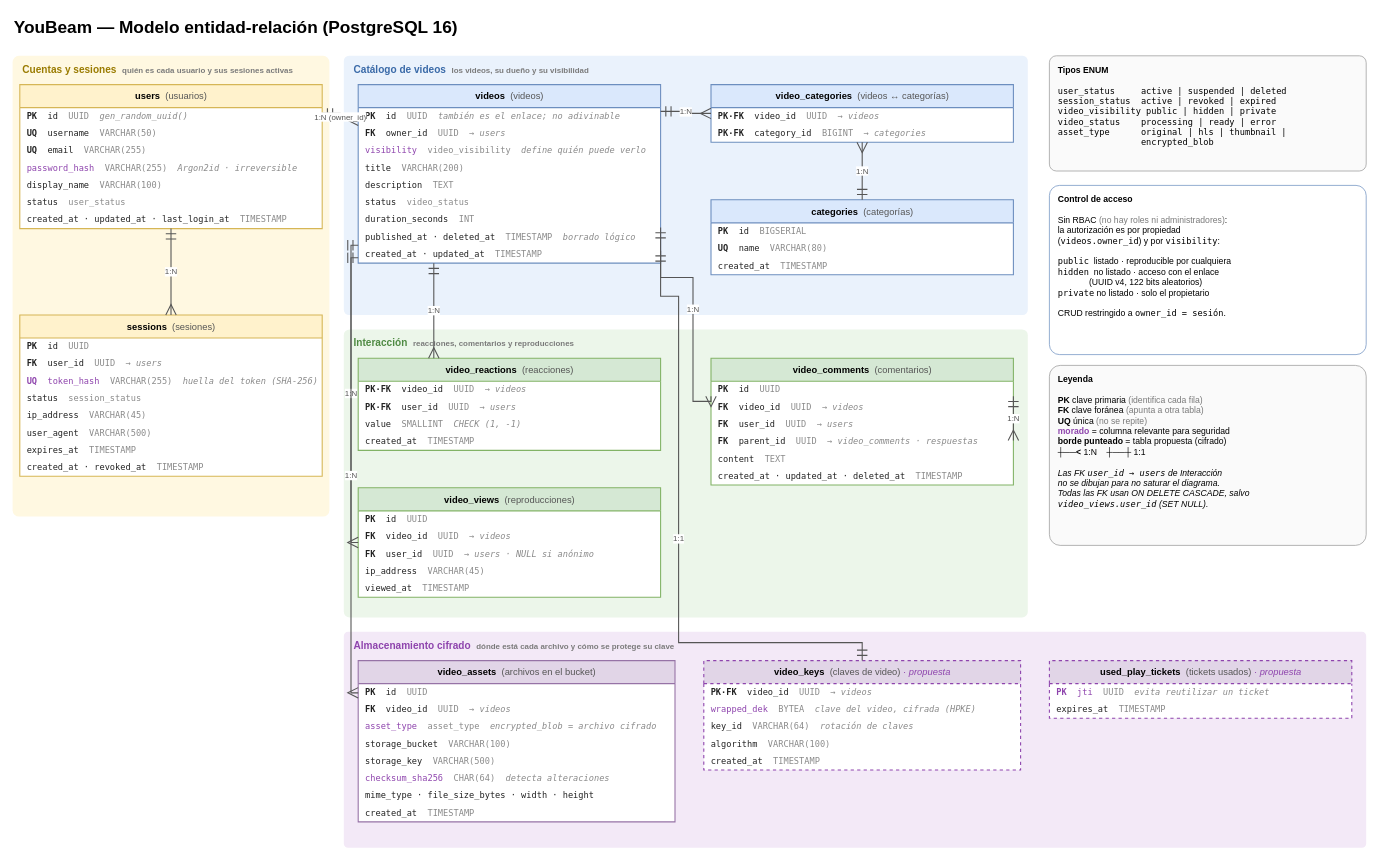
Above: page "Base de datos" (2 of 5) of docs/diagrams/structural diagram video platform.drawio in nullcipher-sec/Youbeam (draw.io), before the change. Source tidied: cells renumbered, new cells numbered last; positions are measured from the earlier drawing's top-left corner, leaving out a move shared by most shapes. Both pictures are drawn from the tidied source at 72%, with x=0, y=0 at pixel (12, 12).
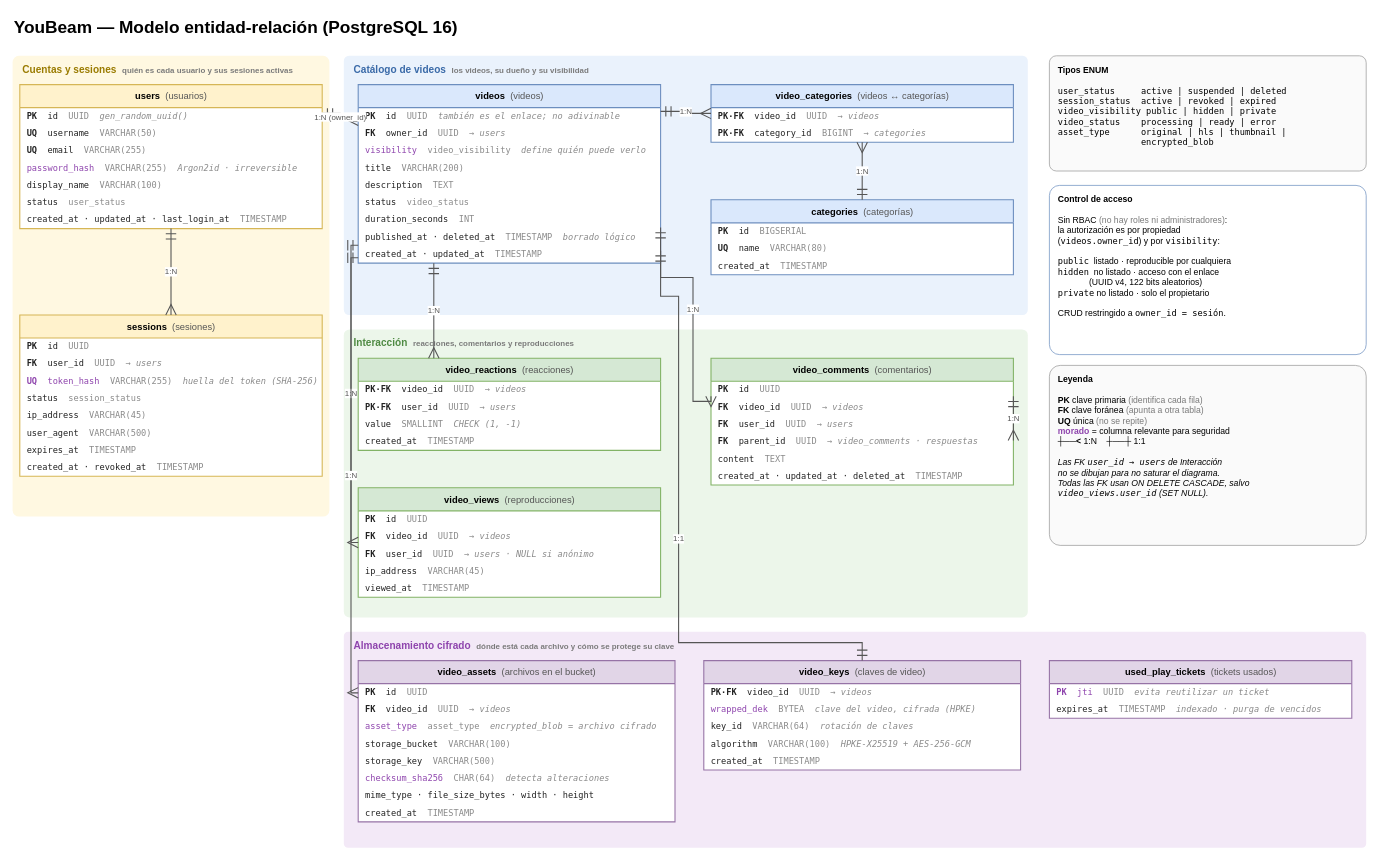
The same diagram, later.

Commit message (it also covers changes not shown here):
docs: update database and structural diagrams

What changed in the source:
```diff
@@
-    <mxCell id="68" value="&lt;b&gt;video_keys&lt;/b&gt;&amp;nbsp;&amp;nbsp;&lt;font color='#555555'&gt;(claves de video)&lt;/font&gt;&amp;nbsp;&lt;font color='#8E44AD'&gt;&lt;i&gt;· propuesta&lt;/i&gt;&lt;/font&gt;" style="swimlane;html=1;startSize=32;horizontal=1;rounded=0;fontSize=13;fontStyle=0;fillColor=#e1d5e7;strokeColor=#8E44AD;swimlaneFillColor=#ffffff;strokeWidth=1.5;dashed=1;" parent="1" vertex="1">
+    <mxCell id="68" value="&lt;b&gt;video_keys&lt;/b&gt;&amp;nbsp;&amp;nbsp;&lt;font color='#555555'&gt;(claves de video)&lt;/font&gt;" style="swimlane;html=1;startSize=32;horizontal=1;rounded=0;fontSize=13;fontStyle=0;fillColor=#e1d5e7;strokeColor=#9673a6;swimlaneFillColor=#ffffff;strokeWidth=1.5;" parent="1" vertex="1">
       <mxGeometry x="960" y="900" width="440" height="152" as="geometry" />
     </mxCell>
@@
-    <mxCell id="72" value="algorithm&amp;nbsp;&amp;nbsp;&lt;font color='#8a8a8a'&gt;VARCHAR(100)&lt;/font&gt;" style="text;html=1;strokeColor=none;fillColor=none;align=left;verticalAlign=middle;spacingLeft=8;fontSize=12;fontFamily=Menlo;fontColor=#222222;" parent="68" vertex="1">
+    <mxCell id="72" value="algorithm&amp;nbsp;&amp;nbsp;&lt;font color='#8a8a8a'&gt;VARCHAR(100)&lt;/font&gt;&amp;nbsp;&amp;nbsp;&lt;font color='#8a8a8a'&gt;&lt;i&gt;HPKE-X25519 + AES-256-GCM&lt;/i&gt;&lt;/font&gt;" style="text;html=1;strokeColor=none;fillColor=none;align=left;verticalAlign=middle;spacingLeft=8;fontSize=12;fontFamily=Menlo;fontColor=#222222;" parent="68" vertex="1">
       <mxGeometry y="104" width="440" height="24" as="geometry" />
     </mxCell>
@@
-    <mxCell id="74" value="&lt;b&gt;used_play_tickets&lt;/b&gt;&amp;nbsp;&amp;nbsp;&lt;font color='#555555'&gt;(tickets usados)&lt;/font&gt;&amp;nbsp;&lt;font color='#8E44AD'&gt;&lt;i&gt;· propuesta&lt;/i&gt;&lt;/font&gt;" style="swimlane;html=1;startSize=32;horizontal=1;rounded=0;fontSize=13;fontStyle=0;fillColor=#e1d5e7;strokeColor=#8E44AD;swimlaneFillColor=#ffffff;strokeWidth=1.5;dashed=1;" parent="1" vertex="1">
+    <mxCell id="74" value="&lt;b&gt;used_play_tickets&lt;/b&gt;&amp;nbsp;&amp;nbsp;&lt;font color='#555555'&gt;(tickets usados)&lt;/font&gt;" style="swimlane;html=1;startSize=32;horizontal=1;rounded=0;fontSize=13;fontStyle=0;fillColor=#e1d5e7;strokeColor=#9673a6;swimlaneFillColor=#ffffff;strokeWidth=1.5;" parent="1" vertex="1">
       <mxGeometry x="1440" y="900" width="420" height="80" as="geometry" />
     </mxCell>
@@
-    <mxCell id="76" value="expires_at&amp;nbsp;&amp;nbsp;&lt;font color='#8a8a8a'&gt;TIMESTAMP&lt;/font&gt;" style="text;html=1;strokeColor=none;fillColor=none;align=left;verticalAlign=middle;spacingLeft=8;fontSize=12;fontFamily=Menlo;fontColor=#222222;" parent="74" vertex="1">
+    <mxCell id="76" value="expires_at&amp;nbsp;&amp;nbsp;&lt;font color='#8a8a8a'&gt;TIMESTAMP&lt;/font&gt;&amp;nbsp;&amp;nbsp;&lt;font color='#8a8a8a'&gt;&lt;i&gt;indexado · purga de vencidos&lt;/i&gt;&lt;/font&gt;" style="text;html=1;strokeColor=none;fillColor=none;align=left;verticalAlign=middle;spacingLeft=8;fontSize=12;fontFamily=Menlo;fontColor=#222222;" parent="74" vertex="1">
       <mxGeometry y="56" width="420" height="24" as="geometry" />
     </mxCell>
@@
-    <mxCell id="89" value="&lt;b&gt;Leyenda&lt;/b&gt;&lt;br&gt;&lt;br&gt;&lt;b&gt;PK&lt;/b&gt; clave primaria &lt;font color='#7a7a7a'&gt;(identifica cada fila)&lt;/font&gt;&lt;br&gt;&lt;b&gt;FK&lt;/b&gt; clave foránea &lt;font color='#7a7a7a'&gt;(apunta a otra tabla)&lt;/font&gt;&lt;br&gt;&lt;b&gt;UQ&lt;/b&gt; única &lt;font color='#7a7a7a'&gt;(no se repite)&lt;/font&gt;&lt;br&gt;&lt;font color='#8E44AD'&gt;&lt;b&gt;morado&lt;/b&gt;&lt;/font&gt; = columna relevante para seguridad&lt;br&gt;&lt;b&gt;borde punteado&lt;/b&gt; = tabla propuesta (cifrado)&lt;br&gt;&lt;b&gt;┼──&amp;lt;&lt;/b&gt; 1:N &amp;nbsp;&amp;nbsp; &lt;b&gt;┼──┼&lt;/b&gt; 1:1&lt;br&gt;&lt;br&gt;&lt;i&gt;Las FK &lt;font face='Menlo'&gt;user_id → users&lt;/font&gt; de Interacción&lt;br&gt;no se dibujan para no saturar el diagrama.&lt;br&gt;Todas las FK usan ON DELETE CASCADE, salvo&lt;br&gt;&lt;font face='Menlo'&gt;video_views.user_id&lt;/font&gt; (SET NULL).&lt;/i&gt;" style="rounded=1;whiteSpace=wrap;html=1;arcSize=6;fontSize=13;align=left;spacingLeft=10;verticalAlign=top;spacingTop=6;fillColor=#fafafa;strokeColor=#999999;fontSize=12;" parent="1" vertex="1">
+    <mxCell id="89" value="&lt;b&gt;Leyenda&lt;/b&gt;&lt;br&gt;&lt;br&gt;&lt;b&gt;PK&lt;/b&gt; clave primaria &lt;font color='#7a7a7a'&gt;(identifica cada fila)&lt;/font&gt;&lt;br&gt;&lt;b&gt;FK&lt;/b&gt; clave foránea &lt;font color='#7a7a7a'&gt;(apunta a otra tabla)&lt;/font&gt;&lt;br&gt;&lt;b&gt;UQ&lt;/b&gt; única &lt;font color='#7a7a7a'&gt;(no se repite)&lt;/font&gt;&lt;br&gt;&lt;font color='#8E44AD'&gt;&lt;b&gt;morado&lt;/b&gt;&lt;/font&gt; = columna relevante para seguridad&lt;br&gt;&lt;b&gt;┼──&amp;lt;&lt;/b&gt; 1:N &amp;nbsp;&amp;nbsp; &lt;b&gt;┼──┼&lt;/b&gt; 1:1&lt;br&gt;&lt;br&gt;&lt;i&gt;Las FK &lt;font face='Menlo'&gt;user_id → users&lt;/font&gt; de Interacción&lt;br&gt;no se dibujan para no saturar el diagrama.&lt;br&gt;Todas las FK usan ON DELETE CASCADE, salvo&lt;br&gt;&lt;font face='Menlo'&gt;video_views.user_id&lt;/font&gt; (SET NULL).&lt;/i&gt;" style="rounded=1;whiteSpace=wrap;html=1;arcSize=6;fontSize=13;align=left;spacingLeft=10;verticalAlign=top;spacingTop=6;fillColor=#fafafa;strokeColor=#999999;fontSize=12;" parent="1" vertex="1">
       <mxGeometry x="1440" y="490" width="440" height="250" as="geometry" />
     </mxCell>
```
